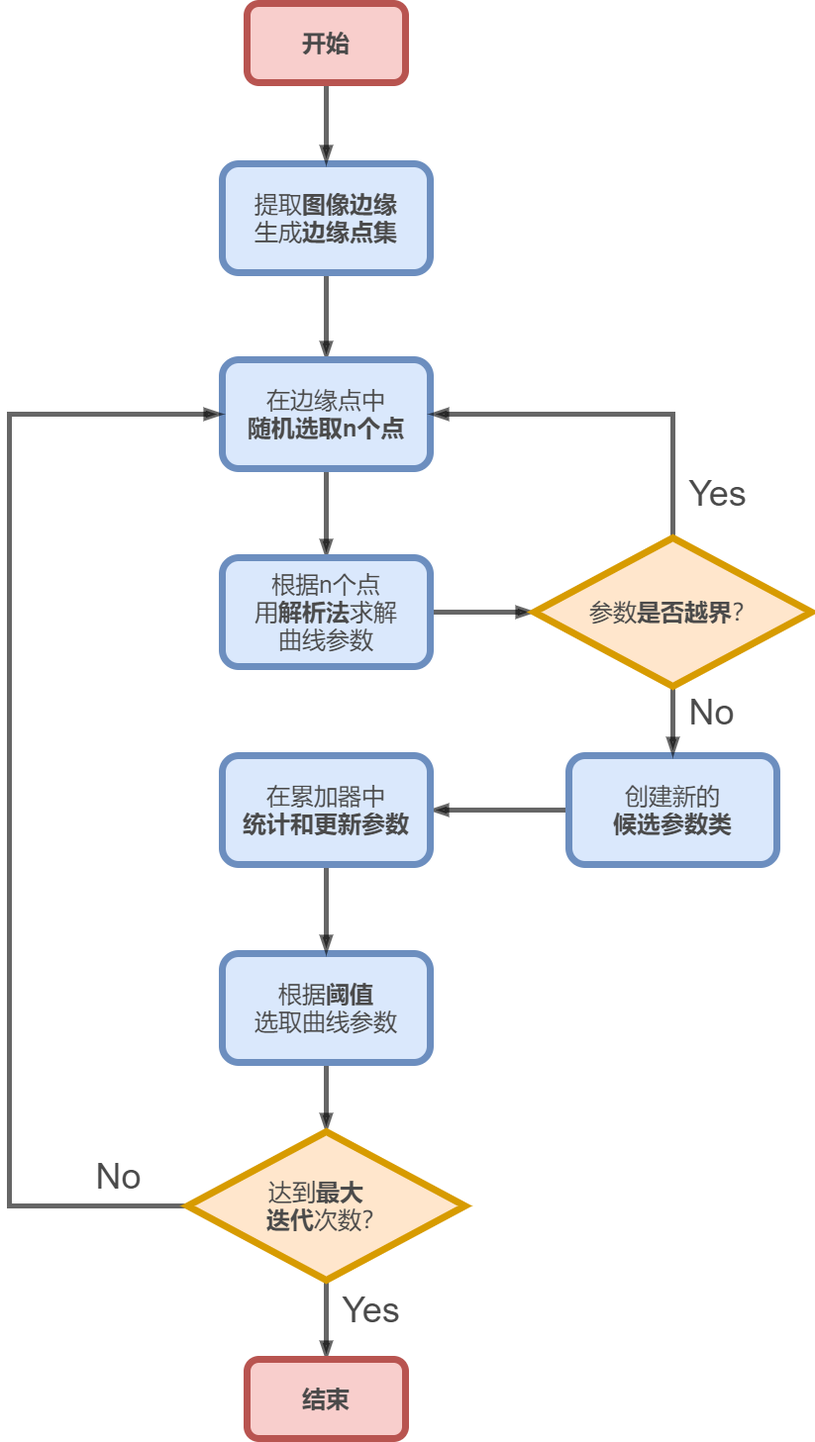
Before: rhf.drawio.png, a diagram exported from draw.io (AAAAAAAyq/Personal-Studying). Source tidied: cells renumbered, new cells last; positions are measured from the earlier drawing's top-left corner, leaving out a move shared by most shapes.
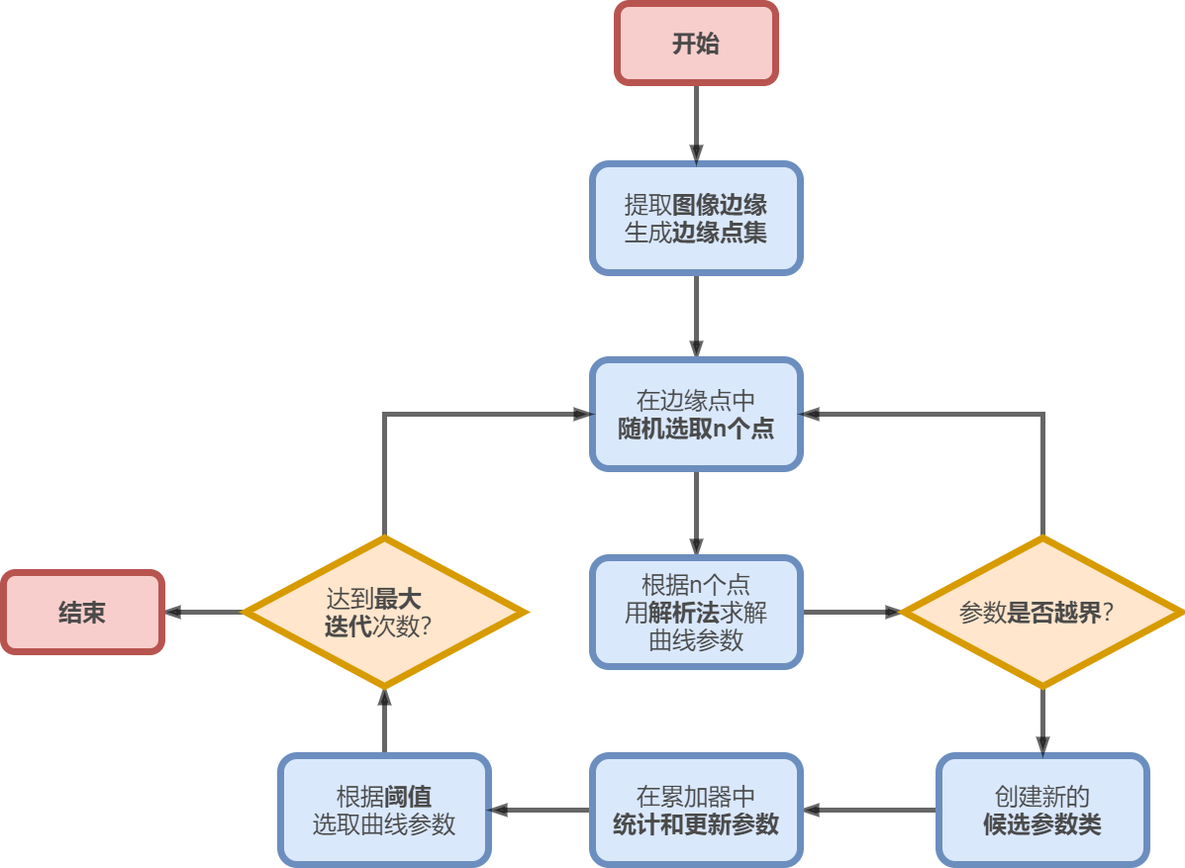
Above is the later version.

The edit, as a diff of the source:
```diff
@@ -8,11 +8,11 @@
     <mxCell id="3" value="&lt;font style=&quot;font-size: 24px&quot;&gt;提取&lt;b&gt;图像边缘&lt;/b&gt;&lt;br&gt;生成&lt;b&gt;边缘点集&lt;/b&gt;&lt;br&gt;&lt;/font&gt;" style="rounded=1;whiteSpace=wrap;html=1;fillColor=#dae8fc;strokeColor=#6c8ebf;strokeWidth=7;fontColor=#4A4A4A;fontStyle=0;" parent="1" vertex="1">
       <mxGeometry x="215" y="162" width="210" height="110" as="geometry" />
     </mxCell>
-    <mxCell id="4" style="edgeStyle=orthogonalEdgeStyle;rounded=0;jettySize=auto;html=1;exitX=0.5;exitY=1;exitDx=0;exitDy=0;fontSize=36;fontColor=#4A4A4A;endArrow=blockThin;endFill=1;strokeWidth=5;opacity=60;" parent="1" edge="1" source="5" target="10">
+    <mxCell id="4" style="edgeStyle=orthogonalEdgeStyle;rounded=0;jettySize=auto;html=1;exitX=0.5;exitY=0;exitDx=0;exitDy=0;fontSize=36;fontColor=#4A4A4A;endArrow=blockThin;endFill=1;strokeWidth=5;opacity=60;" parent="1" edge="1" source="5" target="10">
       <mxGeometry relative="1" as="geometry" />
     </mxCell>
     <mxCell id="5" value="&lt;font style=&quot;font-size: 24px&quot;&gt;根据&lt;b&gt;阈值&lt;/b&gt;&lt;br&gt;选取曲线参数&lt;/font&gt;" style="rounded=1;whiteSpace=wrap;html=1;fillColor=#dae8fc;strokeColor=#6c8ebf;strokeWidth=7;fontColor=#4A4A4A;fontStyle=0;" parent="1" vertex="1">
-      <mxGeometry x="215" y="960" width="210" height="110" as="geometry" />
+      <mxGeometry x="-100" y="760" width="210" height="110" as="geometry" />
     </mxCell>
     <mxCell id="6" style="edgeStyle=orthogonalEdgeStyle;rounded=0;jettySize=auto;html=1;fontSize=36;fontColor=#4A4A4A;endArrow=blockThin;endFill=1;strokeWidth=5;opacity=60;" parent="1" edge="1" source="7" target="12">
       <mxGeometry relative="1" as="geometry" />
@@ -20,19 +20,14 @@
     <mxCell id="7" value="&lt;span style=&quot;font-size: 24px&quot;&gt;&lt;span&gt;在边缘点中&lt;br&gt;&lt;b&gt;随机选取n个点&lt;/b&gt;&lt;/span&gt;&lt;/span&gt;" style="rounded=1;whiteSpace=wrap;html=1;fillColor=#dae8fc;strokeColor=#6c8ebf;strokeWidth=7;fontColor=#4A4A4A;fontStyle=0;" parent="1" vertex="1">
       <mxGeometry x="215" y="360" width="210" height="110" as="geometry" />
     </mxCell>
+    <mxCell id="9" style="edgeStyle=orthogonalEdgeStyle;rounded=0;jettySize=auto;html=1;exitX=0.5;exitY=0;exitDx=0;exitDy=0;entryX=0;entryY=0.5;entryDx=0;entryDy=0;fontSize=36;fontColor=#4A4A4A;endArrow=blockThin;endFill=1;strokeWidth=5;opacity=60;" parent="1" edge="1" source="10" target="7">
+      <mxGeometry relative="1" as="geometry" />
+    </mxCell>
-    <mxCell id="8" style="edgeStyle=orthogonalEdgeStyle;rounded=0;jettySize=auto;html=1;exitX=0.5;exitY=1;exitDx=0;exitDy=0;fontSize=36;fontColor=#4A4A4A;endArrow=blockThin;endFill=1;strokeWidth=5;opacity=60;" parent="1" edge="1" source="10" target="22">
+    <mxCell id="8" style="edgeStyle=orthogonalEdgeStyle;rounded=0;jettySize=auto;html=1;exitX=0;exitY=0.5;exitDx=0;exitDy=0;fontSize=36;fontColor=#4A4A4A;endArrow=blockThin;endFill=1;strokeWidth=5;opacity=60;" parent="1" edge="1" source="10" target="22">
       <mxGeometry relative="1" as="geometry" />
     </mxCell>
-    <mxCell id="9" style="edgeStyle=orthogonalEdgeStyle;rounded=0;jettySize=auto;html=1;exitX=0;exitY=0.5;exitDx=0;exitDy=0;entryX=0;entryY=0.5;entryDx=0;entryDy=0;fontSize=36;fontColor=#4A4A4A;endArrow=blockThin;endFill=1;strokeWidth=5;opacity=60;" parent="1" edge="1" source="10" target="7">
-      <mxGeometry relative="1" as="geometry">
-        <Array as="points">
-          <mxPoint y="1215" />
-          <mxPoint y="415" />
-        </Array>
-      </mxGeometry>
-    </mxCell>
     <mxCell id="10" value="达到&lt;b&gt;最大&amp;nbsp; &amp;nbsp;&lt;br&gt;迭代&lt;/b&gt;次数？" style="rhombus;whiteSpace=wrap;html=1;fontSize=24;strokeWidth=7;fillColor=#ffe6cc;strokeColor=#d79b00;fontStyle=0;fontColor=#4A4A4A;" parent="1" vertex="1">
-      <mxGeometry x="180" y="1140" width="280" height="150" as="geometry" />
+      <mxGeometry x="-135" y="540" width="280" height="150" as="geometry" />
     </mxCell>
     <mxCell id="11" style="edgeStyle=orthogonalEdgeStyle;rounded=0;jettySize=auto;html=1;fontSize=36;fontColor=#4A4A4A;endArrow=blockThin;endFill=1;strokeWidth=5;opacity=60;" parent="1" edge="1" source="12" target="17">
       <mxGeometry relative="1" as="geometry" />
@@ -59,7 +54,7 @@
     <mxCell id="17" value="参数&lt;b&gt;是否越界&lt;/b&gt;？" style="rhombus;whiteSpace=wrap;html=1;fontSize=24;strokeWidth=7;fillColor=#ffe6cc;strokeColor=#d79b00;fontStyle=0;fontColor=#4A4A4A;" parent="1" vertex="1">
       <mxGeometry x="530" y="540" width="280" height="150" as="geometry" />
     </mxCell>
-    <mxCell id="18" style="edgeStyle=orthogonalEdgeStyle;rounded=0;jettySize=auto;html=1;exitX=0.5;exitY=1;exitDx=0;exitDy=0;entryX=0.5;entryY=0;entryDx=0;entryDy=0;fontSize=36;fontColor=#4A4A4A;endArrow=blockThin;endFill=1;strokeWidth=5;opacity=60;" parent="1" edge="1" source="19" target="5">
+    <mxCell id="18" style="edgeStyle=orthogonalEdgeStyle;rounded=0;jettySize=auto;html=1;exitX=0;exitY=0.5;exitDx=0;exitDy=0;entryX=1;entryY=0.5;entryDx=0;entryDy=0;fontSize=36;fontColor=#4A4A4A;endArrow=blockThin;endFill=1;strokeWidth=5;opacity=60;" parent="1" edge="1" source="19" target="5">
       <mxGeometry relative="1" as="geometry" />
     </mxCell>
     <mxCell id="19" value="&lt;span style=&quot;font-size: 24px&quot;&gt;在累加器中&lt;br&gt;&lt;b&gt;统计和更新参数&lt;/b&gt;&lt;/span&gt;" style="rounded=1;whiteSpace=wrap;html=1;fillColor=#dae8fc;strokeColor=#6c8ebf;strokeWidth=7;fontColor=#4A4A4A;fontStyle=0;" parent="1" vertex="1">
@@ -72,19 +67,7 @@
       <mxGeometry x="240" width="160" height="80" as="geometry" />
     </mxCell>
     <mxCell id="22" value="&lt;font style=&quot;font-size: 24px&quot;&gt;结束&lt;br style=&quot;font-size: 24px&quot;&gt;&lt;/font&gt;" style="rounded=1;whiteSpace=wrap;html=1;fillColor=#f8cecc;strokeColor=#b85450;strokeWidth=7;fontStyle=1;fontColor=#4A4A4A;fontSize=24;" parent="1" vertex="1">
-      <mxGeometry x="240" y="1370" width="160" height="80" as="geometry" />
+      <mxGeometry x="-380" y="575" width="160" height="80" as="geometry" />
     </mxCell>
-    <mxCell id="23" value="Yes" style="text;html=1;align=center;verticalAlign=middle;strokeColor=none;fillColor=none;fontSize=36;fontColor=#4A4A4A;" parent="1" vertex="1">
-      <mxGeometry x="330" y="1295" width="70" height="50" as="geometry" />
-    </mxCell>
-    <mxCell id="24" value="Yes" style="text;html=1;align=center;verticalAlign=middle;strokeColor=none;fillColor=none;fontSize=36;fontColor=#4A4A4A;" parent="1" vertex="1">
-      <mxGeometry x="680" y="470" width="70" height="50" as="geometry" />
-    </mxCell>
-    <mxCell id="25" value="No" style="text;html=1;align=center;verticalAlign=middle;strokeColor=none;fillColor=none;fontSize=36;fontColor=#4A4A4A;" parent="1" vertex="1">
-      <mxGeometry x="80" y="1160" width="60" height="50" as="geometry" />
-    </mxCell>
-    <mxCell id="26" value="No" style="text;html=1;align=center;verticalAlign=middle;strokeColor=none;fillColor=none;fontSize=36;fontColor=#4A4A4A;" parent="1" vertex="1">
-      <mxGeometry x="679" y="691" width="60" height="50" as="geometry" />
-    </mxCell>
   </root>
 </mxGraphModel>
```
